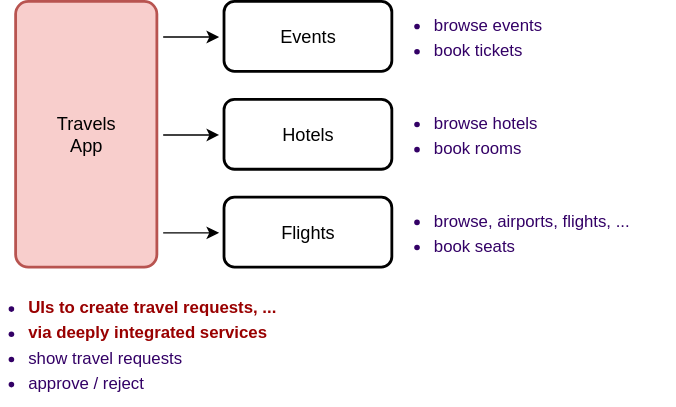
Before: guides/ai/xtravels-classic.drawio.svg, a diagram exported from draw.io (capire/docs). Source tidied: cells renumbered, new cells last; positions are measured from the earlier drawing's top-left corner, leaving out a move shared by most shapes.
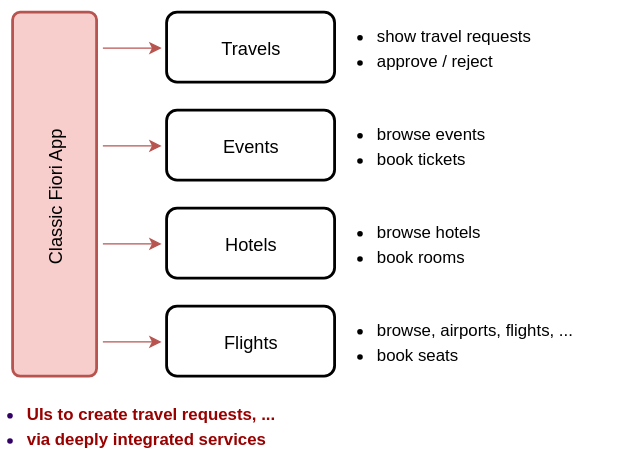
The same file after the commit.

Commit message:
XTravels sample for AI... (wip)

The edit, as a diff of the source:
```diff
@@ -2,16 +2,19 @@
   <root>
     <mxCell id="0" />
     <mxCell id="1" parent="0" />
-    <mxCell id="2" style="edgeStyle=elbowEdgeStyle;shape=connector;rounded=0;jettySize=auto;html=1;strokeColor=default;align=center;verticalAlign=middle;fontFamily=Helvetica;fontSize=11;fontColor=default;labelBackgroundColor=default;endArrow=classic;elbow=vertical;" parent="1" edge="1" source="3" target="5">
-      <mxGeometry relative="1" as="geometry">
-        <Array as="points">
-          <mxPoint x="140" y="95" />
-        </Array>
-      </mxGeometry>
-    </mxCell>
-    <mxCell id="3" value="Travels &lt;br&gt;App" style="rounded=1;whiteSpace=wrap;html=1;strokeWidth=2;perimeterSpacing=4;fontSize=13;arcSize=9;fillColor=#f8cecc;strokeColor=#b85450;" parent="1" vertex="1">
-      <mxGeometry x="11" width="101" height="190" as="geometry" />
-    </mxCell>
+    <mxCell id="7" value="&lt;ul style=&quot;padding-left: 20px; margin-top: 4px; margin-bottom: 4px; line-height: 150%;&quot;&gt;&lt;li&gt;&lt;span style=&quot;background-color: transparent; color: light-dark(rgb(153, 0, 0), rgb(250, 206, 255));&quot;&gt;&lt;b&gt;UIs to create travel requests, ...&lt;/b&gt;&lt;/span&gt;&lt;/li&gt;&lt;li&gt;&lt;b style=&quot;color: light-dark(rgb(153, 0, 0), rgb(250, 206, 255));&quot;&gt;&lt;span style=&quot;background-color: transparent;&quot;&gt;via deeply &lt;/span&gt;integrated services&lt;/b&gt;&lt;/li&gt;&lt;/ul&gt;" style="text;html=1;align=left;verticalAlign=middle;whiteSpace=wrap;rounded=0;fontSize=12;fontFamily=Helvetica;fontColor=#330066;labelBackgroundColor=none;spacing=0;" parent="1" vertex="1">
+      <mxGeometry x="40" y="200" width="244" height="50" as="geometry" />
+    </mxCell>
+    <mxCell id="13" style="edgeStyle=elbowEdgeStyle;shape=connector;rounded=0;jettySize=auto;html=1;strokeColor=#b85450;align=center;verticalAlign=middle;fontFamily=Helvetica;fontSize=11;fontColor=default;labelBackgroundColor=default;endArrow=classic;elbow=vertical;fillColor=#f8cecc;" parent="1" edge="1" source="14" target="5">
+      <mxGeometry relative="1" as="geometry">
+        <Array as="points">
+          <mxPoint x="140" y="95" />
+        </Array>
+      </mxGeometry>
+    </mxCell>
+    <mxCell id="14" value="Classic Fiori App&amp;nbsp;" style="rounded=1;whiteSpace=wrap;html=1;strokeWidth=2;perimeterSpacing=4;fontSize=13;arcSize=9;fillColor=#f8cecc;strokeColor=#b85450;horizontal=0;" parent="1" vertex="1">
+      <mxGeometry x="50" y="-70" width="60" height="260" as="geometry" />
+    </mxCell>
     <mxCell id="4" value="Flights" style="rounded=1;whiteSpace=wrap;html=1;strokeWidth=2;perimeterSpacing=4;fontSize=13;" parent="1" vertex="1">
       <mxGeometry x="160" y="140" width="120" height="50" as="geometry" />
     </mxCell>
@@ -21,31 +24,40 @@
     <mxCell id="6" value="Events" style="rounded=1;whiteSpace=wrap;html=1;strokeWidth=2;perimeterSpacing=4;fontSize=13;" parent="1" vertex="1">
       <mxGeometry x="160" width="120" height="50" as="geometry" />
     </mxCell>
-    <mxCell id="7" value="&lt;ul style=&quot;padding-left: 20px; margin-top: 4px; margin-bottom: 4px; line-height: 150%;&quot;&gt;&lt;li&gt;&lt;span style=&quot;background-color: transparent; color: light-dark(rgb(153, 0, 0), rgb(250, 206, 255));&quot;&gt;&lt;b&gt;UIs to create travel requests, ...&lt;/b&gt;&lt;/span&gt;&lt;/li&gt;&lt;li&gt;&lt;b style=&quot;color: light-dark(rgb(153, 0, 0), rgb(250, 206, 255));&quot;&gt;&lt;span style=&quot;background-color: transparent;&quot;&gt;via deeply &lt;/span&gt;integrated services&lt;/b&gt;&lt;/li&gt;&lt;li&gt;&lt;span style=&quot;background-color: transparent; color: light-dark(rgb(51, 0, 102), rgb(250, 206, 255));&quot;&gt;show travel requests&lt;/span&gt;&lt;/li&gt;&lt;li&gt;approve / reject&lt;/li&gt;&lt;/ul&gt;" style="text;html=1;align=left;verticalAlign=middle;whiteSpace=wrap;rounded=0;fontSize=12;fontFamily=Helvetica;fontColor=#330066;labelBackgroundColor=none;spacing=0;" parent="1" vertex="1">
-      <mxGeometry y="200" width="244" height="90" as="geometry" />
-    </mxCell>
-    <mxCell id="8" value="&lt;ul style=&quot;padding-left: 20px; margin-top: 4px; margin-bottom: 4px; line-height: 150%;&quot;&gt;&lt;li&gt;browse events&amp;nbsp;&lt;/li&gt;&lt;li&gt;book tickets&lt;/li&gt;&lt;/ul&gt;" style="text;html=1;align=left;verticalAlign=middle;whiteSpace=wrap;rounded=0;fontSize=12;fontFamily=Helvetica;fontColor=#330066;labelBackgroundColor=none;spacing=0;" parent="1" vertex="1">
+    <mxCell id="8" value="&lt;ul style=&quot;padding-left: 20px; margin-top: 4px; margin-bottom: 4px; line-height: 150%;&quot;&gt;&lt;li&gt;browse events&amp;nbsp;&lt;/li&gt;&lt;li&gt;book tickets&lt;/li&gt;&lt;/ul&gt;" style="text;html=1;align=left;verticalAlign=middle;whiteSpace=wrap;rounded=0;fontSize=12;fontFamily=Helvetica;labelBackgroundColor=none;spacing=0;" parent="1" vertex="1">
       <mxGeometry x="290" width="140" height="50" as="geometry" />
     </mxCell>
-    <mxCell id="9" value="&lt;ul style=&quot;padding-left: 20px; margin-top: 4px; margin-bottom: 4px; line-height: 150%;&quot;&gt;&lt;li&gt;browse hotels&lt;/li&gt;&lt;li&gt;book rooms&lt;/li&gt;&lt;/ul&gt;" style="text;html=1;align=left;verticalAlign=middle;whiteSpace=wrap;rounded=0;fontSize=12;fontFamily=Helvetica;fontColor=#330066;labelBackgroundColor=none;spacing=0;" parent="1" vertex="1">
+    <mxCell id="9" value="&lt;ul style=&quot;padding-left: 20px; margin-top: 4px; margin-bottom: 4px; line-height: 150%;&quot;&gt;&lt;li&gt;browse hotels&lt;/li&gt;&lt;li&gt;book rooms&lt;/li&gt;&lt;/ul&gt;" style="text;html=1;align=left;verticalAlign=middle;whiteSpace=wrap;rounded=0;fontSize=12;fontFamily=Helvetica;labelBackgroundColor=none;spacing=0;" parent="1" vertex="1">
       <mxGeometry x="290" y="70" width="140" height="50" as="geometry" />
     </mxCell>
-    <mxCell id="10" value="&lt;ul style=&quot;padding-left: 20px; margin-top: 4px; margin-bottom: 4px; line-height: 150%;&quot;&gt;&lt;li&gt;browse, airports, flights, ...&lt;/li&gt;&lt;li&gt;book seats&lt;/li&gt;&lt;/ul&gt;" style="text;html=1;align=left;verticalAlign=middle;whiteSpace=wrap;rounded=0;fontSize=12;fontFamily=Helvetica;fontColor=#330066;labelBackgroundColor=none;spacing=0;" parent="1" vertex="1">
+    <mxCell id="10" value="&lt;ul style=&quot;padding-left: 20px; margin-top: 4px; margin-bottom: 4px; line-height: 150%;&quot;&gt;&lt;li&gt;browse, airports, flights, ...&lt;/li&gt;&lt;li&gt;book seats&lt;/li&gt;&lt;/ul&gt;" style="text;html=1;align=left;verticalAlign=middle;whiteSpace=wrap;rounded=0;fontSize=12;fontFamily=Helvetica;labelBackgroundColor=none;spacing=0;" parent="1" vertex="1">
       <mxGeometry x="290" y="140" width="193" height="50" as="geometry" />
     </mxCell>
-    <mxCell id="11" style="edgeStyle=elbowEdgeStyle;shape=connector;rounded=0;jettySize=auto;html=1;strokeColor=default;align=center;verticalAlign=middle;fontFamily=Helvetica;fontSize=11;fontColor=default;labelBackgroundColor=default;endArrow=classic;elbow=vertical;" parent="1" edge="1" source="3" target="4">
-      <mxGeometry relative="1" as="geometry">
-        <Array as="points">
-          <mxPoint x="140" y="165" />
-        </Array>
-      </mxGeometry>
-    </mxCell>
-    <mxCell id="12" style="edgeStyle=elbowEdgeStyle;shape=connector;rounded=0;jettySize=auto;html=1;strokeColor=default;align=center;verticalAlign=middle;fontFamily=Helvetica;fontSize=11;fontColor=default;labelBackgroundColor=default;endArrow=classic;elbow=vertical;entryX=0;entryY=0.5;entryDx=0;entryDy=0;" parent="1" edge="1" source="3" target="6">
-      <mxGeometry relative="1" as="geometry">
-        <Array as="points">
-          <mxPoint x="140" y="25" />
-        </Array>
-      </mxGeometry>
-    </mxCell>
+    <mxCell id="15" style="edgeStyle=elbowEdgeStyle;shape=connector;rounded=0;jettySize=auto;html=1;strokeColor=#b85450;align=center;verticalAlign=middle;fontFamily=Helvetica;fontSize=11;fontColor=default;labelBackgroundColor=default;endArrow=classic;elbow=vertical;fillColor=#f8cecc;" parent="1" edge="1" source="14" target="4">
+      <mxGeometry relative="1" as="geometry">
+        <Array as="points">
+          <mxPoint x="140" y="165" />
+        </Array>
+      </mxGeometry>
+    </mxCell>
+    <mxCell id="16" style="edgeStyle=elbowEdgeStyle;shape=connector;rounded=0;jettySize=auto;html=1;strokeColor=#b85450;align=center;verticalAlign=middle;fontFamily=Helvetica;fontSize=11;fontColor=default;labelBackgroundColor=default;endArrow=classic;elbow=vertical;entryX=0;entryY=0.5;entryDx=0;entryDy=0;fillColor=#f8cecc;" parent="1" edge="1" source="14" target="6">
+      <mxGeometry relative="1" as="geometry">
+        <Array as="points">
+          <mxPoint x="140" y="25" />
+        </Array>
+      </mxGeometry>
+    </mxCell>
+    <mxCell id="17" value="Travels" style="rounded=1;whiteSpace=wrap;html=1;strokeWidth=2;perimeterSpacing=4;fontSize=13;" parent="1" vertex="1">
+      <mxGeometry x="160" y="-70" width="120" height="50" as="geometry" />
+    </mxCell>
+    <mxCell id="18" value="&lt;ul style=&quot;padding-left: 20px; margin-top: 4px; margin-bottom: 4px; line-height: 150%;&quot;&gt;&lt;li&gt;show travel requests&lt;/li&gt;&lt;li&gt;approve / reject&lt;/li&gt;&lt;/ul&gt;" style="text;html=1;align=left;verticalAlign=middle;whiteSpace=wrap;rounded=0;fontSize=12;fontFamily=Helvetica;labelBackgroundColor=none;spacing=0;" parent="1" vertex="1">
+      <mxGeometry x="290" y="-70" width="154" height="50" as="geometry" />
+    </mxCell>
+    <mxCell id="19" style="edgeStyle=elbowEdgeStyle;shape=connector;rounded=0;jettySize=auto;html=1;strokeColor=#b85450;align=center;verticalAlign=middle;fontFamily=Helvetica;fontSize=11;fontColor=default;labelBackgroundColor=default;endArrow=classic;elbow=vertical;fillColor=#f8cecc;" parent="1" edge="1" source="14" target="17">
+      <mxGeometry relative="1" as="geometry" />
+    </mxCell>
+    <mxCell id="20" style="rounded=0;whiteSpace=wrap;html=1;strokeColor=none;fillColor=none;" parent="1" vertex="1">
+      <mxGeometry x="40" y="-80" width="10" height="10" as="geometry" />
+    </mxCell>
   </root>
 </mxGraphModel>
```
